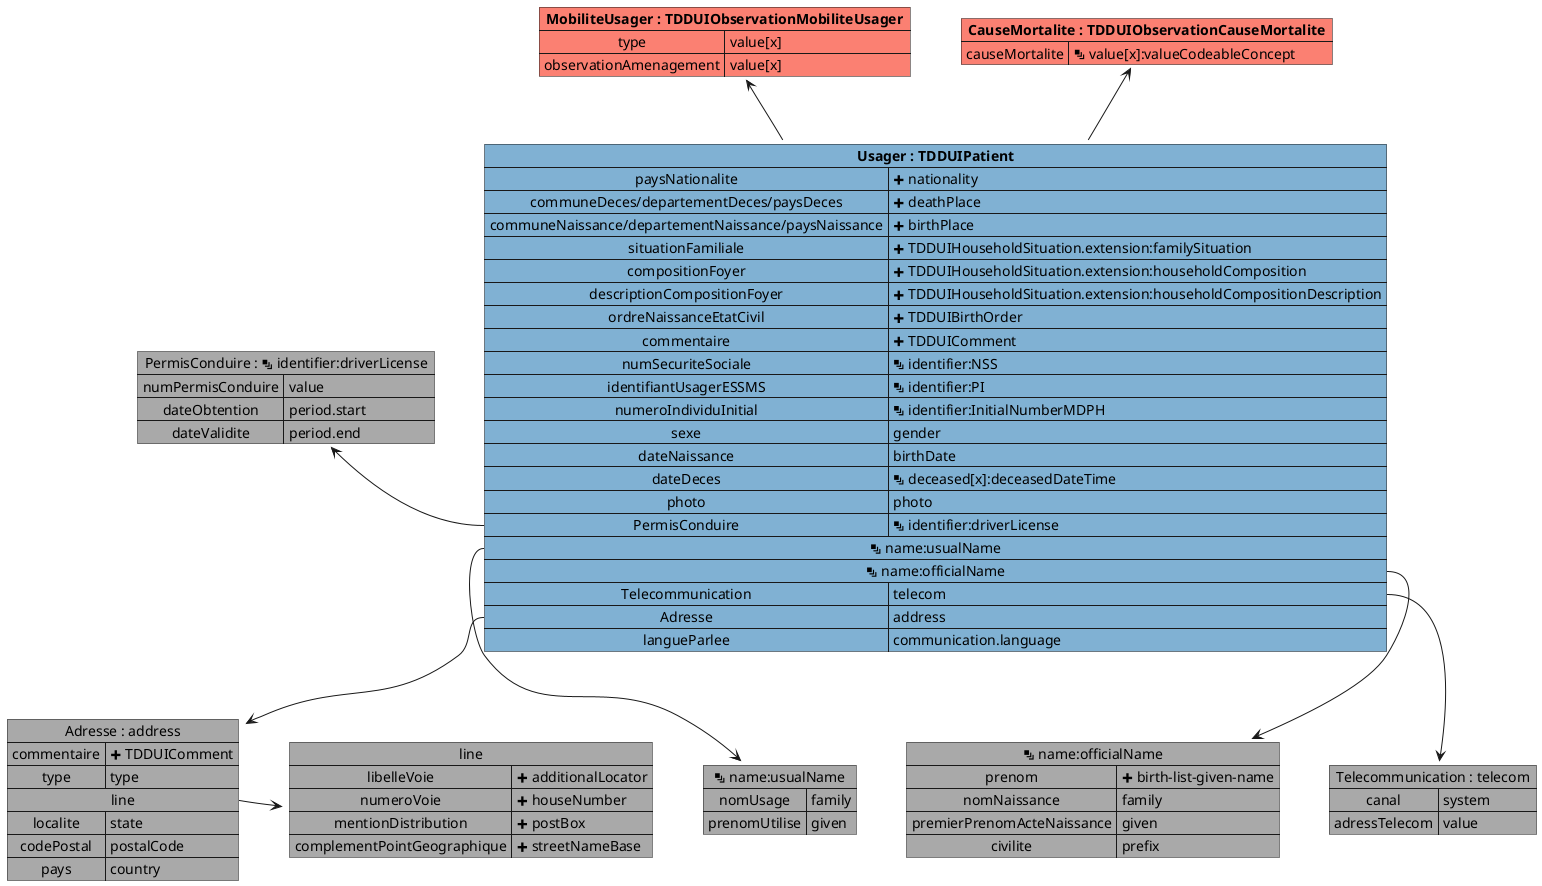
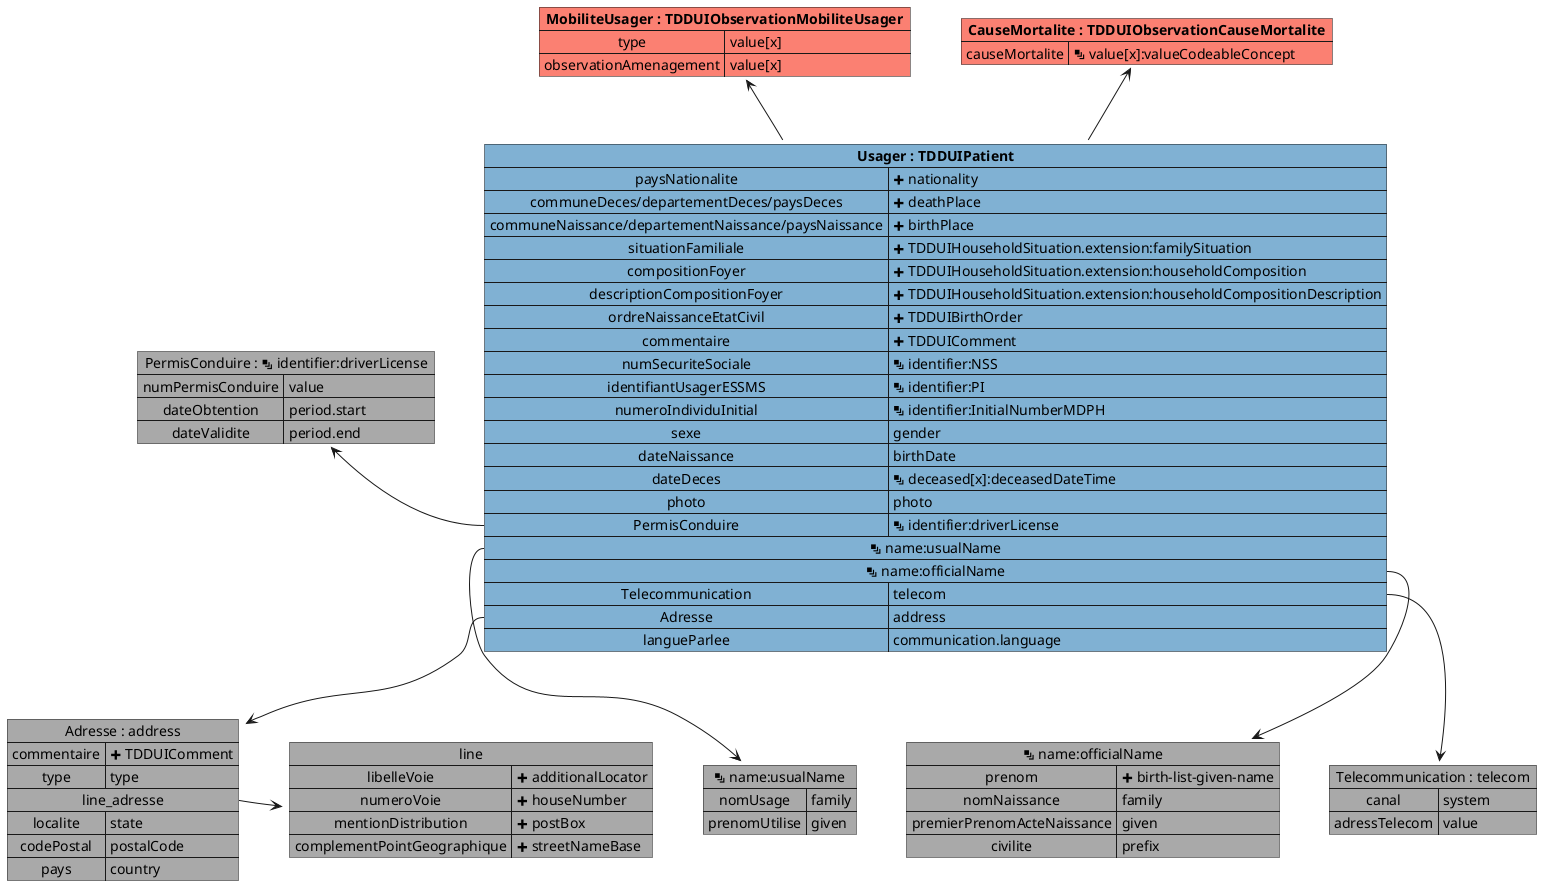
@startuml



map "PermisConduire : <&layers> identifier:driverLicense" as PermisConduire #DarkGray {
    numPermisConduire => value
    dateObtention => period.start
    dateValidite => period.end
}

map "line" as line #DarkGray {
    libelleVoie => <&plus> additionalLocator
    numeroVoie => <&plus> houseNumber
    mentionDistribution => <&plus> postBox
    complementPointGeographique => <&plus> streetNameBase
}

map "<&layers> name:usualName" as nameusualName #DarkGray {
    nomUsage => family
    prenomUtilise => given
}

map "<&layers> name:officialName" as nameofficialName #DarkGray {
    prenom => <&plus> birth-list-given-name
    nomNaissance => family
    premierPrenomActeNaissance => given
    civilite => prefix
}

map "Telecommunication : telecom" as Telecommunication #DarkGray {
    canal => system
    adressTelecom => value
}

map "Adresse : address" as Adresse #DarkGray {
    commentaire => <&plus> TDDUIComment
    type => type
-     line *-> line
+     line_adresse *-> line
    localite => state
    codePostal => postalCode
    pays => country
}

map "**Usager : TDDUIPatient**" as Usager #80b1d3 {
    paysNationalite => <&plus> nationality
    communeDeces/departementDeces/paysDeces => <&plus> deathPlace
    communeNaissance/departementNaissance/paysNaissance => <&plus> birthPlace
    situationFamiliale => <&plus> TDDUIHouseholdSituation.extension:familySituation
    compositionFoyer => <&plus> TDDUIHouseholdSituation.extension:householdComposition
    descriptionCompositionFoyer => <&plus> TDDUIHouseholdSituation.extension:householdCompositionDescription
    ordreNaissanceEtatCivil => <&plus> TDDUIBirthOrder
    commentaire => <&plus> TDDUIComment
    numSecuriteSociale => <&layers> identifier:NSS
    identifiantUsagerESSMS => <&layers> identifier:PI
    numeroIndividuInitial => <&layers> identifier:InitialNumberMDPH
    sexe => gender
    dateNaissance => birthDate
    dateDeces => <&layers> deceased[x]:deceasedDateTime
    photo => photo
    PermisConduire => <&layers> identifier:driverLicense
    <&layers> name:usualName *--> nameusualName
    <&layers> name:officialName *--> nameofficialName
    Telecommunication => telecom
    Adresse => address
    langueParlee => communication.language
}

map "**CauseMortalite : TDDUIObservationCauseMortalite**" as CauseMortalite #fb8072 {
    causeMortalite => <&layers> value[x]:valueCodeableConcept
}

map "**MobiliteUsager : TDDUIObservationMobiliteUsager**" as MobiliteUsager #fb8072 {
    type => value[x]
    observationAmenagement => value[x]
}

Usager -u-> CauseMortalite
Usager -u-> MobiliteUsager


Usager::PermisConduire -l-> PermisConduire
Usager::Telecommunication -d-> Telecommunication
Usager::Adresse -d-> Adresse

- @enduml+ @enduml
